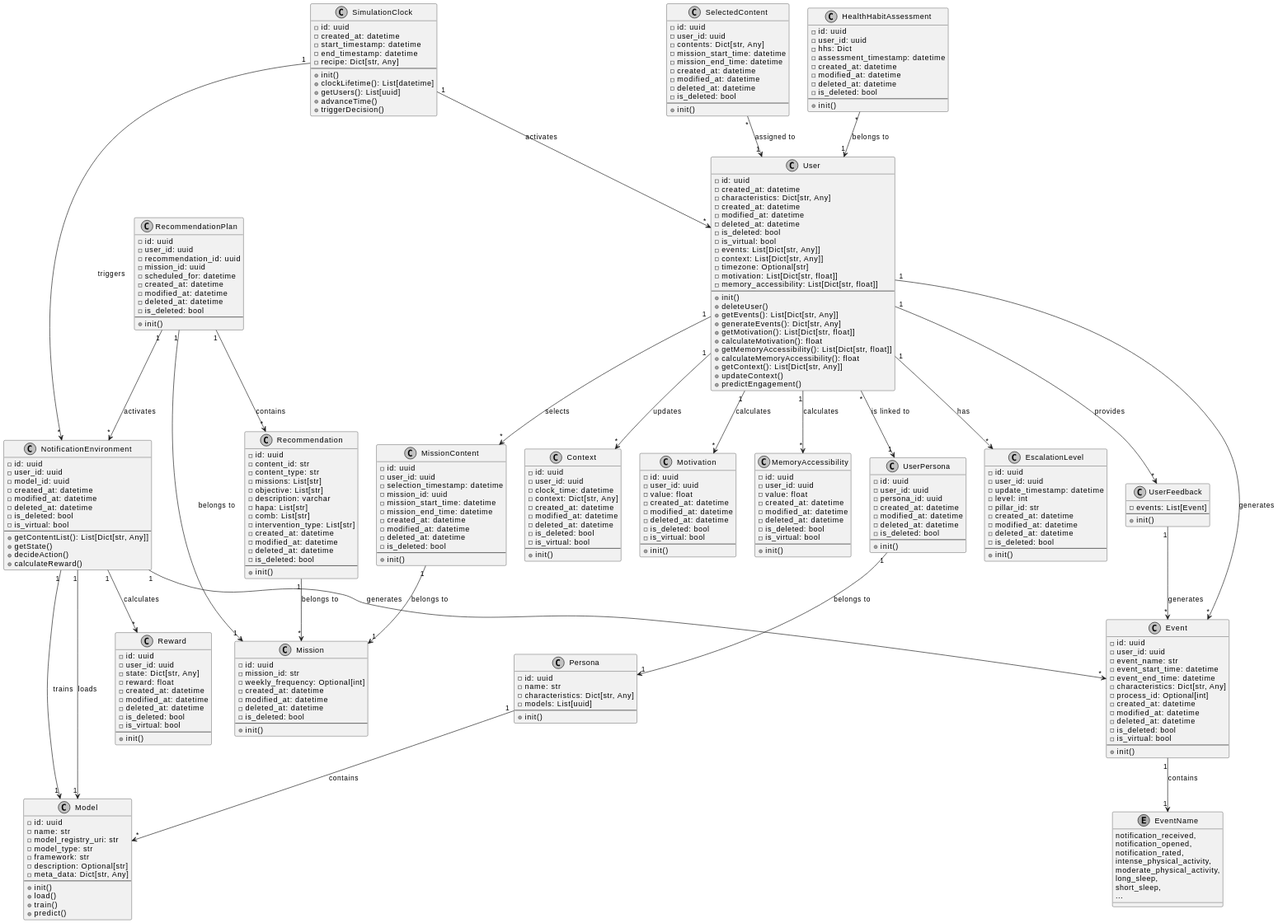
Above: docs/data_model.svg in MaaniBeigy/ibechange-digital-twin (PlantUML), before the change.
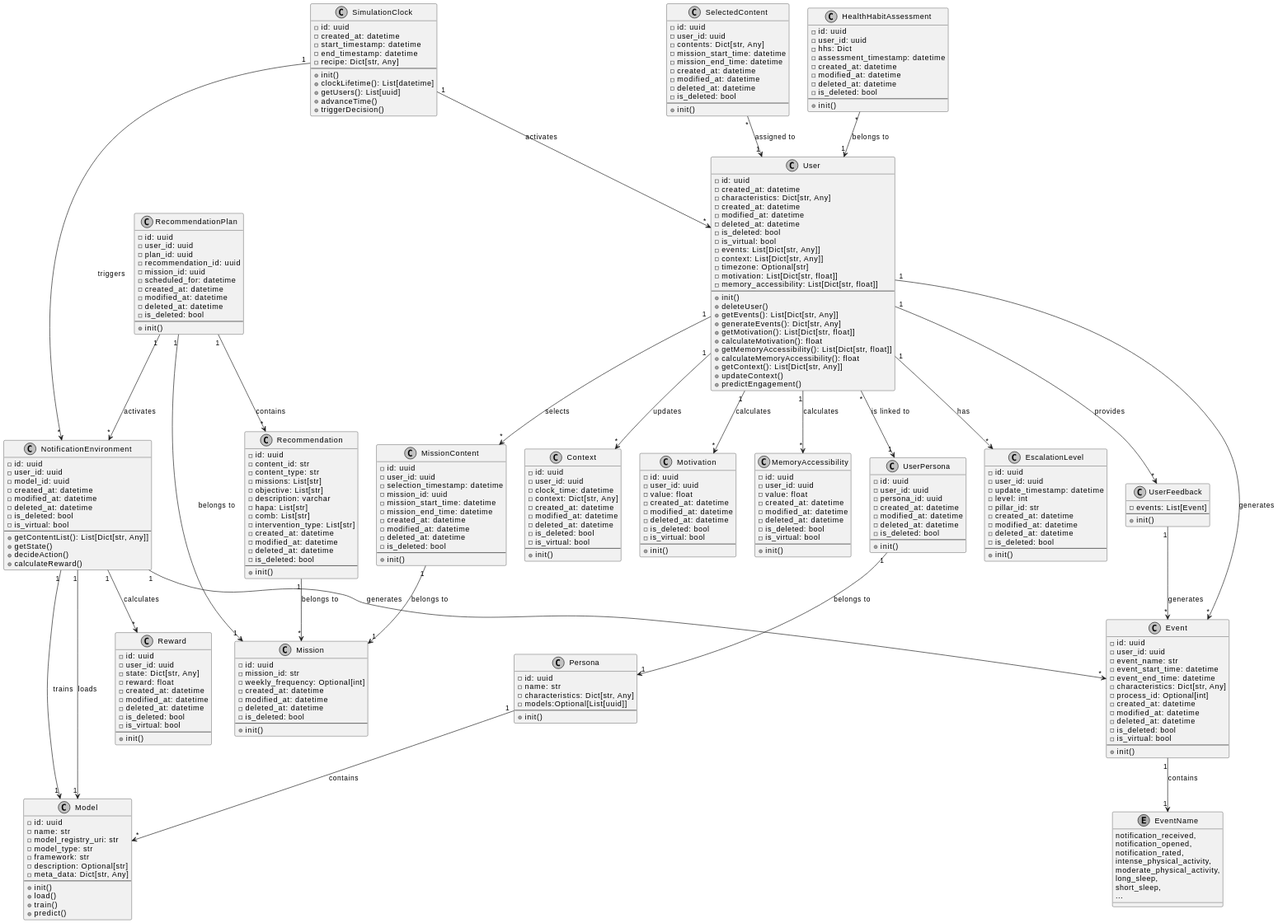
After the change.

The edit, as a diff of the source:
```diff
@@ -77,6 +77,7 @@
 class RecommendationPlan {
   -id: uuid
   -user_id: uuid
+  -plan_id: uuid
   -recommendation_id: uuid
   -mission_id: uuid
   -scheduled_for: datetime
@@ -92,7 +93,7 @@
   -id: uuid
   -name: str
   -characteristics: Dict[str, Any]
-  -models: List[uuid]
+  -models:Optional[List[uuid]]
   --
   +init()
 }
```
